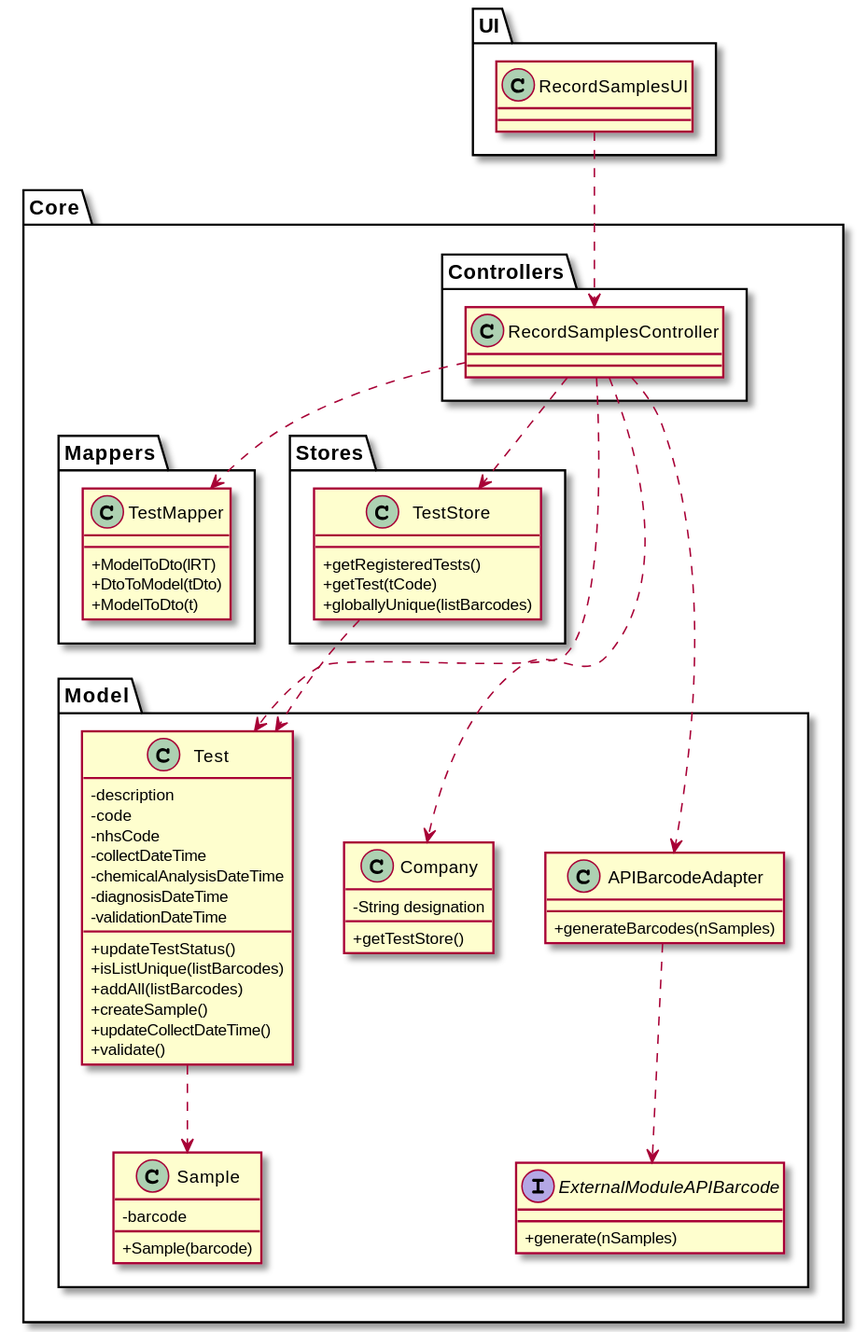
This is docs/SprintC/US05/US05-CD.svg from 0franciscor/lei-21-s2-1de-g19, a PlantUML export, as it was before one commit. Source of this version:
```plantuml
@startuml

skinparam classAttributeIconSize 0

package "UI" {
class RecordSamplesUI{
}
}

package "Core" {
package "Controllers"{
class RecordSamplesController{
}
}

package "Mappers"{
class TestMapper{
  +ModelToDto(lRT)
  +DtoToModel(tDto)
  +ModelToDto(t)
}
}


package "Stores"{
class TestStore{
  +getRegisteredTests()
  +getTest(tCode)
  +globallyUnique(listBarcodes)
}
}

package "Model"{
class Company{
  -String designation
  +getTestStore()
}

class Test{
  -description
  -code
  -nhsCode
  -collectDateTime
  -chemicalAnalysisDateTime
  -diagnosisDateTime
  -validationDateTime
  +updateTestStatus()
  +isListUnique(listBarcodes)
  +addAll(listBarcodes)
  +createSample()
  +updateCollectDateTime()
  +validate()
}

class APIBarcodeAdapter{
  +generateBarcodes(nSamples)
}

interface ExternalModuleAPIBarcode{
  +generate(nSamples)
}

class Sample{
  -barcode
  +Sample(barcode)
}
}


}
RecordSamplesUI ..> RecordSamplesController
RecordSamplesController ..> TestMapper
RecordSamplesController ..> Company
RecordSamplesController ..> TestStore
RecordSamplesController ..> Test
RecordSamplesController ..> APIBarcodeAdapter
APIBarcodeAdapter ..> ExternalModuleAPIBarcode
TestStore ..> Test
Test ..> Sample




@enduml
```
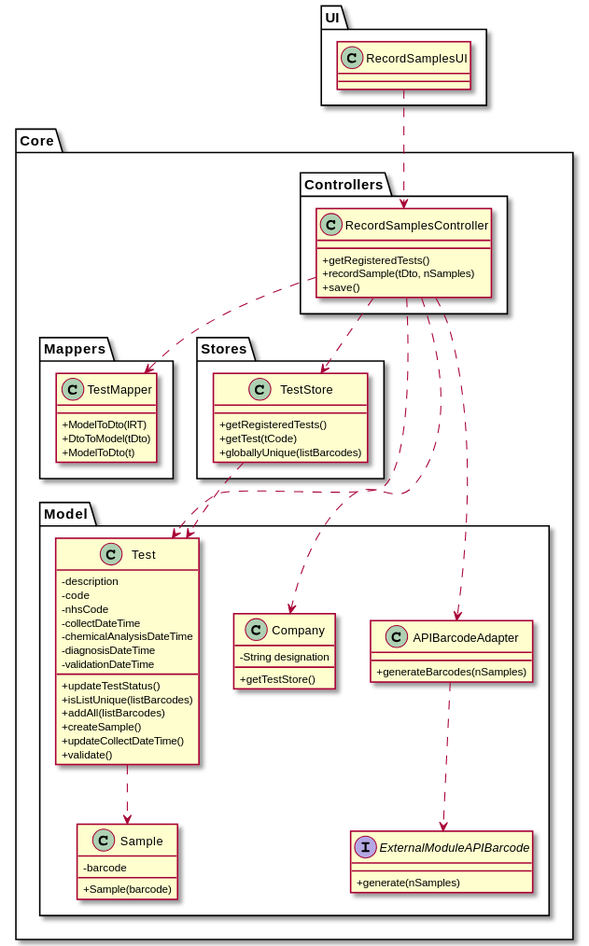
After the change.

Commit message:
[US05] - métodos no controller CD

What changed in the source:
```diff
@@ -10,6 +10,9 @@
 package "Core" {
 package "Controllers"{
 class RecordSamplesController{
+  +getRegisteredTests()
+  +recordSample(tDto, nSamples)
+  +save()
 }
 }
 
```
